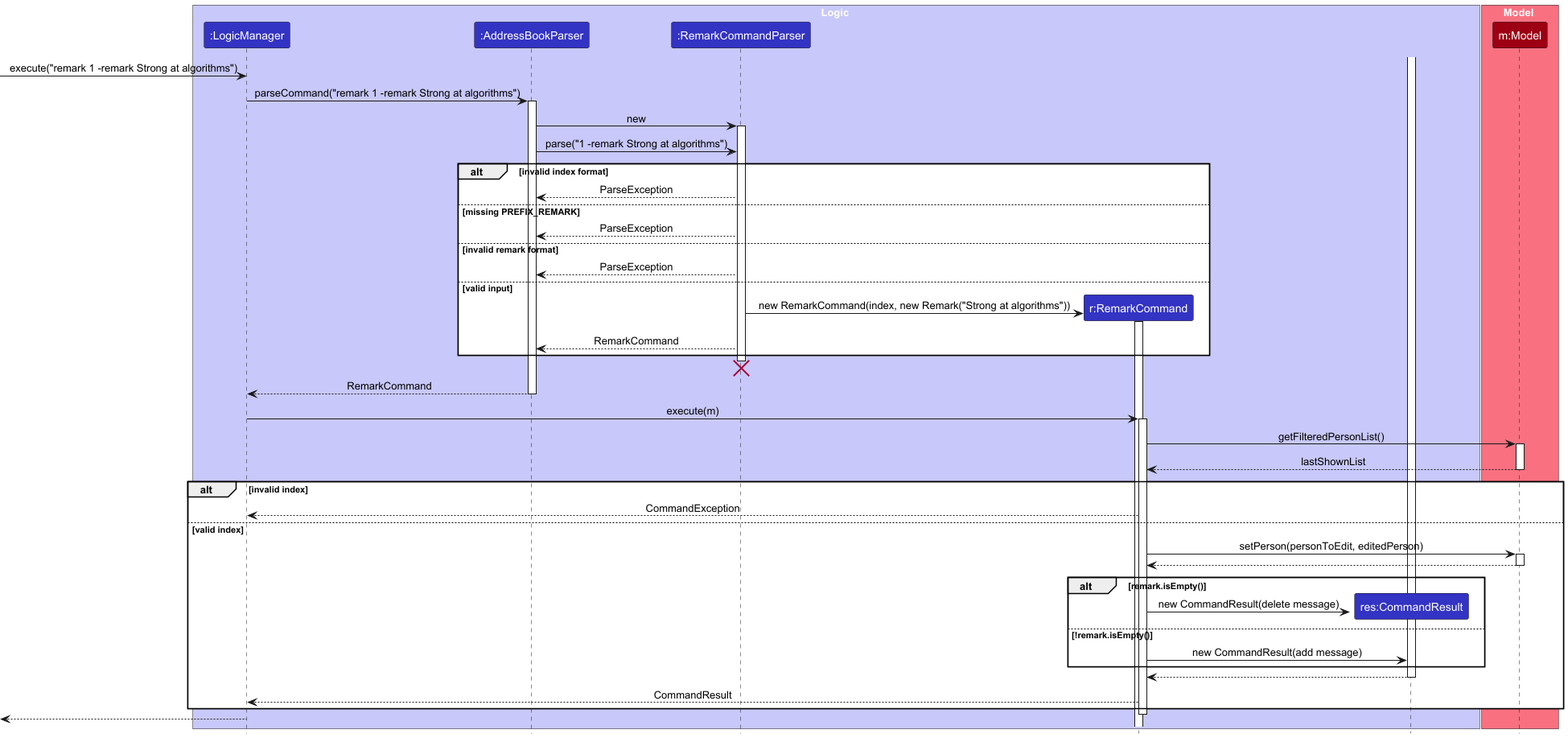
Before: docs/images/RemarkSequenceDiagram.png, a diagram exported from PlantUML (ArrickGit/tp).
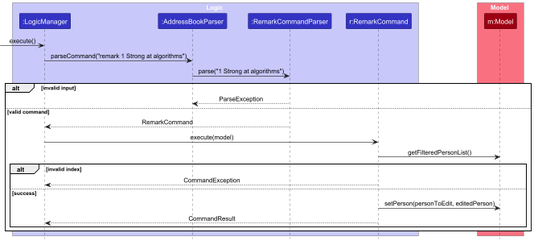
Later version of the same file.

Diff of the diagram source:
```diff
@@ -7,77 +7,31 @@
 participant ":AddressBookParser" as AddressBookParser LOGIC_COLOR
 participant ":RemarkCommandParser" as RemarkCommandParser LOGIC_COLOR
 participant "r:RemarkCommand" as RemarkCommand LOGIC_COLOR
-participant "res:CommandResult" as CommandResult LOGIC_COLOR
 end box
 
 box Model MODEL_COLOR_T1
 participant "m:Model" as Model MODEL_COLOR
 end box
 
-[-> LogicManager : execute("remark 1 -remark Strong at algorithms")
+[-> LogicManager : execute()
 
-LogicManager -> AddressBookParser: parseCommand("remark 1 -remark Strong at algorithms")
-activate AddressBookParser
+LogicManager -> AddressBookParser: parseCommand("remark 1 Strong at algorithms")
+AddressBookParser -> RemarkCommandParser : parse("1 Strong at algorithms")
 
+alt invalid input
+    RemarkCommandParser --> AddressBookParser : ParseException
+else valid command
+    RemarkCommandParser --> LogicManager : RemarkCommand
 
-AddressBookParser -> RemarkCommandParser : new
-activate RemarkCommandParser
+    LogicManager -> RemarkCommand : execute(model)
+    RemarkCommand -> Model : getFilteredPersonList()
 
-AddressBookParser -> RemarkCommandParser : parse("1 -remark Strong at algorithms")
-
-alt invalid index format
-    RemarkCommandParser --> AddressBookParser : ParseException
-else missing PREFIX_REMARK
-    RemarkCommandParser --> AddressBookParser : ParseException
-else invalid remark format
-    RemarkCommandParser --> AddressBookParser : ParseException
-else valid input
-    create RemarkCommand
-    RemarkCommandParser -> RemarkCommand : new RemarkCommand(index, new Remark("Strong at algorithms"))
-    activate RemarkCommand
-    deactivate RemarkCommand
-
-    RemarkCommandParser --> AddressBookParser : RemarkCommand
+    alt invalid index
+        RemarkCommand --> LogicManager : CommandException
+    else success
+        RemarkCommand -> Model : setPerson(personToEdit, editedPerson)
+        RemarkCommand --> LogicManager : CommandResult
+    end
 end
 
-deactivate RemarkCommandParser
-destroy RemarkCommandParser
-
-AddressBookParser --> LogicManager : RemarkCommand
-deactivate AddressBookParser
-
-LogicManager -> RemarkCommand : execute(m)
-activate RemarkCommand
-
-RemarkCommand -> Model : getFilteredPersonList()
-activate Model
-Model --> RemarkCommand : lastShownList
-deactivate Model
-
-alt invalid index
-    RemarkCommand --> LogicManager : CommandException
-else valid index
-    RemarkCommand -> Model : setPerson(personToEdit, editedPerson)
-    activate Model
-    Model --> RemarkCommand
-    deactivate Model
-
-    create CommandResult
-    alt remark.isEmpty()
-        RemarkCommand -> CommandResult : new CommandResult(delete message)
-    else !remark.isEmpty()
-        RemarkCommand -> CommandResult : new CommandResult(add message)
-    end
-    activate CommandResult
-
-    CommandResult --> RemarkCommand
-    deactivate CommandResult
-
-    RemarkCommand --> LogicManager : CommandResult
-end
-
-deactivate RemarkCommand
-
-[<-- LogicManager
-deactivate LogicManager
 @enduml
```
